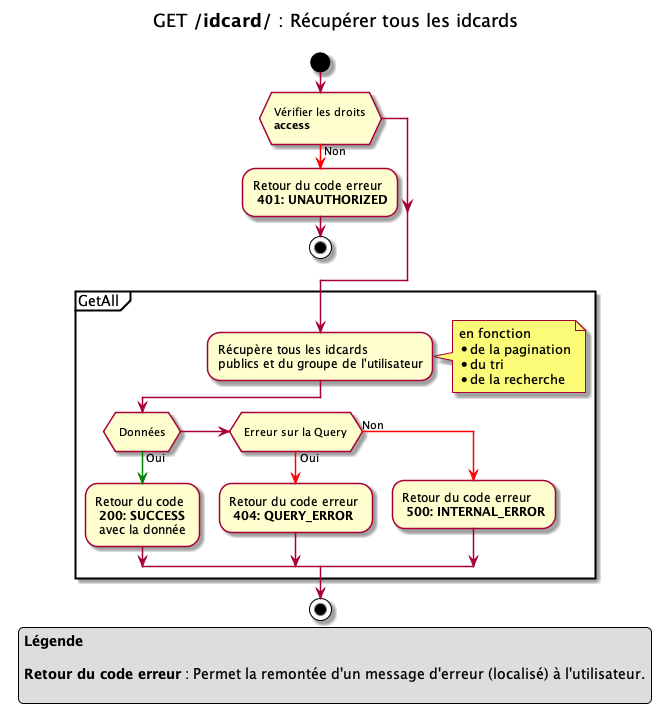
This is 01.byd-DataFactory/1.ArchitectureDossier/images/idcard_getAll.png from cogirep/documentation, a PlantUML export, as it was before one commit.
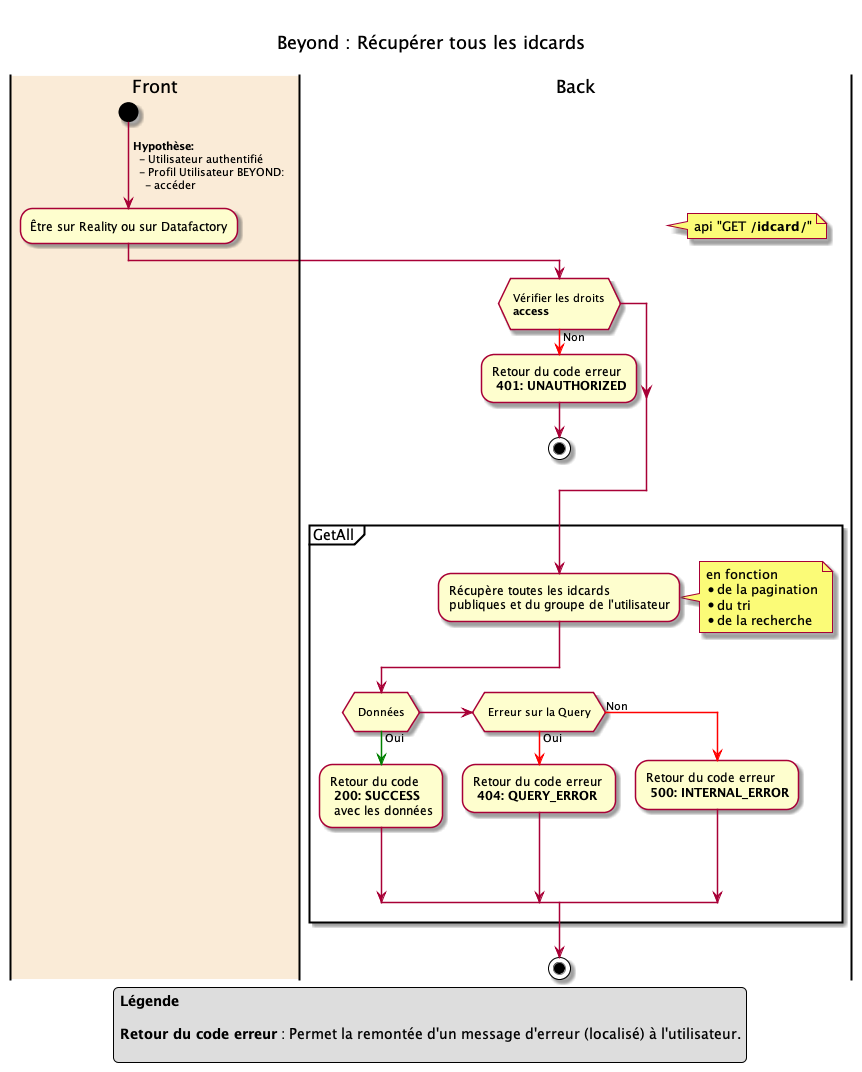
The same diagram one commit later.

What changed in the source:
```diff
@@ -1,11 +1,21 @@
-@startuml
+@startuml idcard_getAll
 
 title
-GET **/idcard/** : Récupérer tous les idcards
+
+Beyond : Récupérer tous les idcards
 
 end title
 
+|#AntiqueWhite| Front |
 start
+->  **Hypothèse:** \n  - Utilisateur authentifié \n  - Profil Utilisateur BEYOND:  \n    - accéder;
+
+-Être sur Reality ou sur Datafactory
+
+| Back |
+note right
+  api "GET **/idcard/**"
+end note
 if ( \n Vérifier les droits \n **access** \n)
 -[#red]-> Non ;
 -Retour du code erreur \n **401: UNAUTHORIZED**
@@ -14,7 +24,7 @@
 
 
 partition "GetAll " {
-    -Récupère tous les idcards \npublics et du groupe de l'utilisateur
+    -Récupère toutes les idcards \npubliques et du groupe de l'utilisateur
     note right
     en fonction
     * de la pagination
@@ -24,7 +34,7 @@
 
     if ( \n Données \n )
         -[#green]-> Oui ;
-        -Retour du code \n **200: SUCCESS** \n avec la donnée
+        -Retour du code \n **200: SUCCESS** \n avec les données
     elseif ( \n Erreur sur la Query \n )
         -[#red]-> Oui ;
         -Retour du code erreur \n **404: QUERY_ERROR**
```
